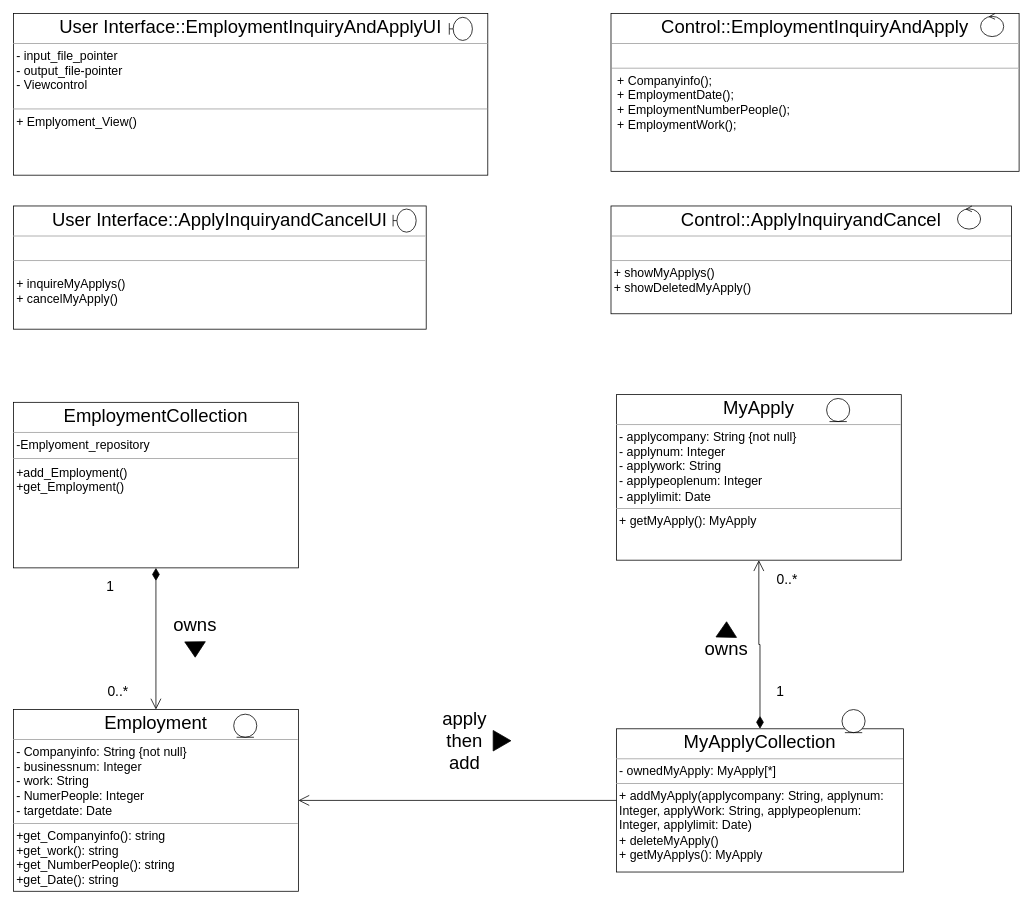
yongun2/2023-hongik-software-engineering keeps this draw.io diagram as doc/class-diagram-JYK.drawio. Above is the earlier version. Source tidied: cells renumbered, new cells numbered last; positions are measured from the earlier drawing's top-left corner, leaving out a move shared by most shapes. Both pictures are drawn from the tidied source at 77%, with x=0, y=0 at pixel (13, 13).
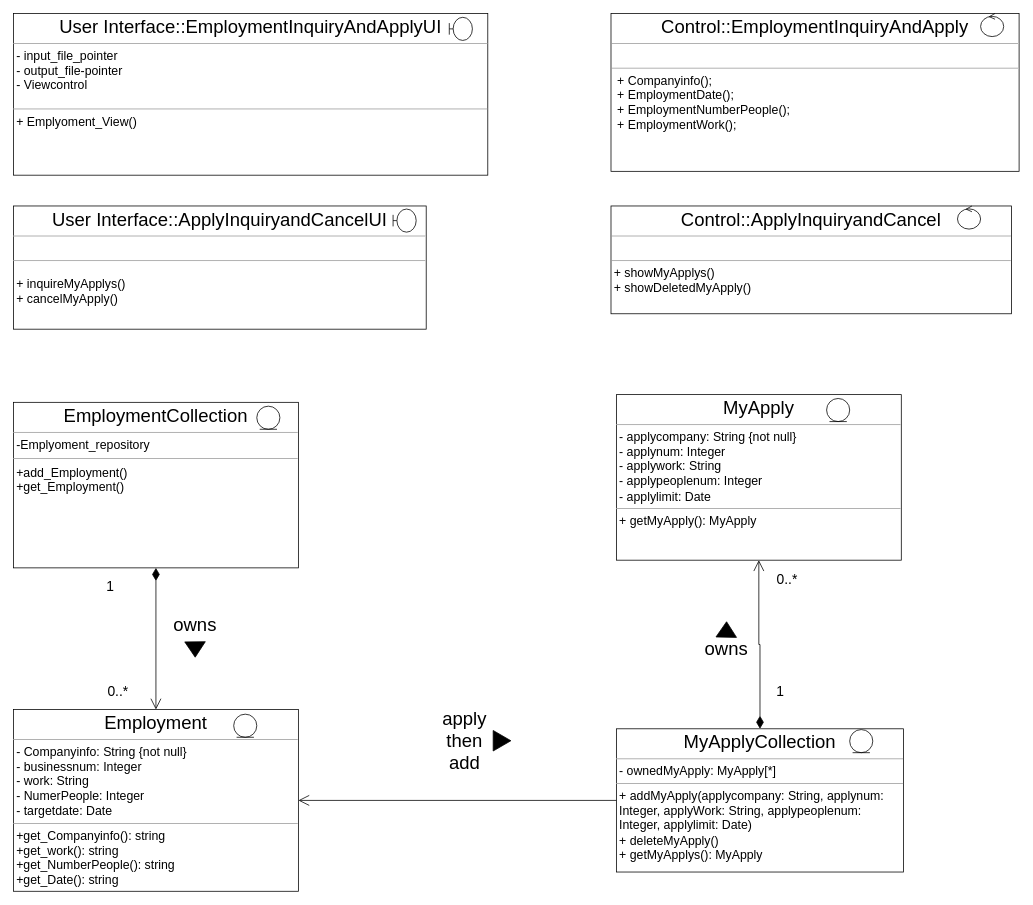
Above is the later version.

The edit, as a diff of the source:
```diff
@@
     <mxCell id="9" style="ellipse;shape=umlEntity;whiteSpace=wrap;html=1;" parent="1" vertex="1">
-      <mxGeometry x="1076" y="904" width="30" height="30" as="geometry" />
+      <mxGeometry x="1086" y="930" width="30" height="30" as="geometry" />
     </mxCell>
@@
+    <mxCell id="37" style="ellipse;shape=umlEntity;whiteSpace=wrap;html=1;" parent="1" vertex="1">
+      <mxGeometry x="316" y="510" width="30" height="30" as="geometry" />
+    </mxCell>
```
